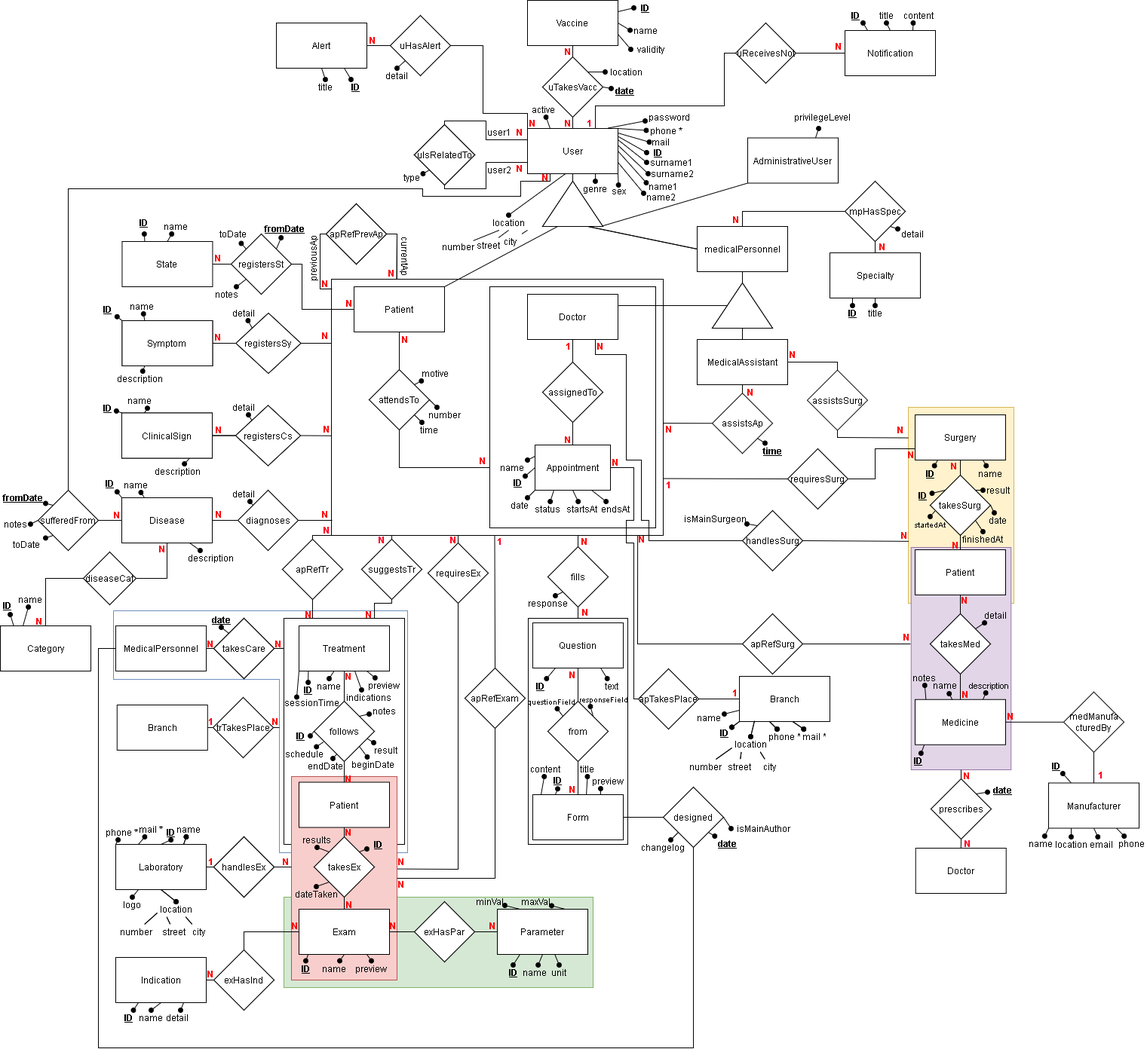
The draw.io diagram ProjectDocumentation/Design/DB/Meedikal DER.png in system32uwu/Meedikal, before a commit. Source tidied: cells renumbered, new cells last; positions are measured from the earlier drawing's top-left corner, leaving out a move shared by most shapes.
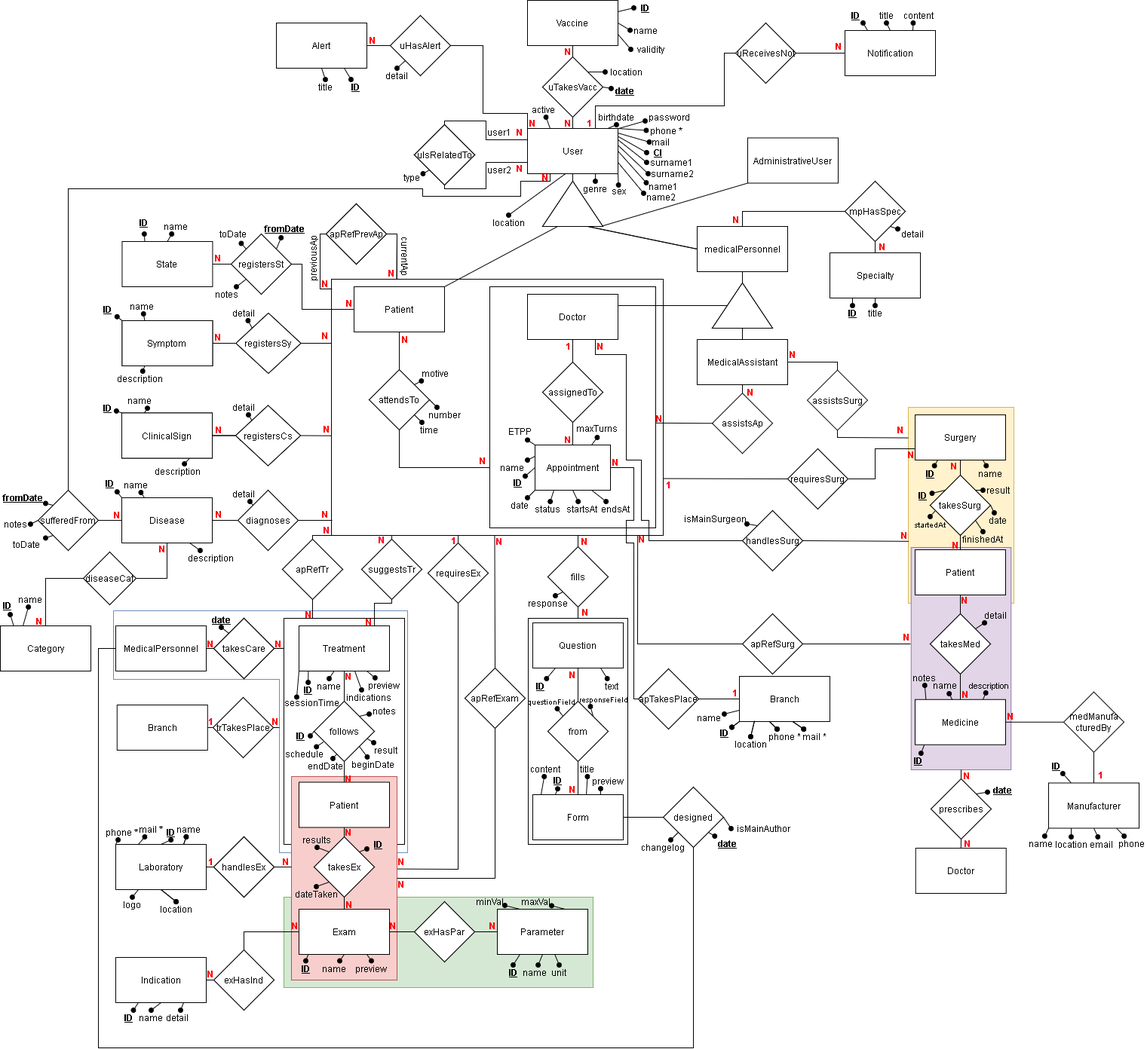
Later version of the same file.

Change to the diagram source:
```diff
@@ -131,20 +131,2 @@
     </mxCell>
-    <mxCell id="39" style="endArrow=none;html=1;exitX=0.75;exitY=1;exitDx=0;exitDy=0;" parent="1" edge="1" source="38" target="40">
-      <mxGeometry relative="1" as="geometry" />
-    </mxCell>
-    <mxCell id="40" value="city" style="text;html=1;strokeColor=none;fillColor=none;align=center;verticalAlign=middle;whiteSpace=wrap;rounded=0;" parent="1" vertex="1">
-      <mxGeometry x="1000" y="1007" width="40" height="20" as="geometry" />
-    </mxCell>
-    <mxCell id="41" style="endArrow=none;html=1;exitX=0.25;exitY=1;exitDx=0;exitDy=0;" parent="1" edge="1" source="38" target="42">
-      <mxGeometry relative="1" as="geometry" />
-    </mxCell>
-    <mxCell id="42" value="street" style="text;html=1;strokeColor=none;fillColor=none;align=center;verticalAlign=middle;whiteSpace=wrap;rounded=0;" parent="1" vertex="1">
-      <mxGeometry x="960" y="1007" width="40" height="20" as="geometry" />
-    </mxCell>
-    <mxCell id="43" style="endArrow=none;html=1;exitX=0;exitY=0.75;exitDx=0;exitDy=0;" parent="1" edge="1" source="38" target="44">
-      <mxGeometry relative="1" as="geometry" />
-    </mxCell>
-    <mxCell id="44" value="number" style="text;html=1;strokeColor=none;fillColor=none;align=center;verticalAlign=middle;whiteSpace=wrap;rounded=0;" parent="1" vertex="1">
-      <mxGeometry x="915" y="1007" width="40" height="20" as="geometry" />
-    </mxCell>
     <mxCell id="45" style="endArrow=oval;html=1;exitX=0.333;exitY=1;exitDx=0;exitDy=0;endFill=1;exitPerimeter=0;" parent="1" edge="1" source="31" target="46">
@@ -185,8 +167,2 @@
     </mxCell>
-    <mxCell id="56" style="endArrow=none;html=1;entryX=1;entryY=1;entryDx=0;entryDy=0;endFill=0;startArrow=oval;startFill=1;exitX=0.25;exitY=0;exitDx=0;exitDy=0;" parent="1" edge="1" source="57" target="49">
-      <mxGeometry relative="1" as="geometry" />
-    </mxCell>
-    <mxCell id="57" value="&lt;u&gt;&lt;b&gt;time&lt;/b&gt;&lt;/u&gt;" style="text;html=1;strokeColor=none;fillColor=none;align=center;verticalAlign=middle;whiteSpace=wrap;rounded=0;" parent="1" vertex="1">
-      <mxGeometry x="1004" y="587.5" width="40" height="20" as="geometry" />
-    </mxCell>
     <mxCell id="58" style="endArrow=none;html=1;entryX=0.409;entryY=0.015;entryDx=0;entryDy=0;endFill=0;startArrow=oval;startFill=1;exitX=0.5;exitY=1;exitDx=0;exitDy=0;entryPerimeter=0;" parent="1" edge="1" source="59" target="52">
@@ -245,5 +221,2 @@
     </mxCell>
-    <mxCell id="76" style="endArrow=none;html=1;entryX=0;entryY=0.5;entryDx=0;entryDy=0;exitX=0.999;exitY=0.562;exitDx=0;exitDy=0;exitPerimeter=0;" parent="1" edge="1" source="202" target="49">
-      <mxGeometry relative="1" as="geometry" />
-    </mxCell>
     <mxCell id="77" style="endArrow=none;html=1;exitX=0.5;exitY=1;exitDx=0;exitDy=0;" parent="1" edge="1" source="11">
@@ -432,20 +405,2 @@
     </mxCell>
-    <mxCell id="136" style="endArrow=none;html=1;exitX=0.75;exitY=1;exitDx=0;exitDy=0;" parent="1" edge="1" source="135" target="137">
-      <mxGeometry relative="1" as="geometry" />
-    </mxCell>
-    <mxCell id="137" value="city" style="text;html=1;strokeColor=none;fillColor=none;align=center;verticalAlign=middle;whiteSpace=wrap;rounded=0;" parent="1" vertex="1">
-      <mxGeometry x="243" y="1226" width="40" height="20" as="geometry" />
-    </mxCell>
-    <mxCell id="138" style="endArrow=none;html=1;exitX=0.25;exitY=1;exitDx=0;exitDy=0;" parent="1" edge="1" source="135" target="139">
-      <mxGeometry relative="1" as="geometry" />
-    </mxCell>
-    <mxCell id="139" value="street" style="text;html=1;strokeColor=none;fillColor=none;align=center;verticalAlign=middle;whiteSpace=wrap;rounded=0;" parent="1" vertex="1">
-      <mxGeometry x="210" y="1226" width="40" height="20" as="geometry" />
-    </mxCell>
-    <mxCell id="140" style="endArrow=none;html=1;exitX=0;exitY=0.75;exitDx=0;exitDy=0;" parent="1" edge="1" source="135" target="141">
-      <mxGeometry relative="1" as="geometry" />
-    </mxCell>
-    <mxCell id="141" value="number" style="text;html=1;strokeColor=none;fillColor=none;align=center;verticalAlign=middle;whiteSpace=wrap;rounded=0;" parent="1" vertex="1">
-      <mxGeometry x="160" y="1226" width="40" height="20" as="geometry" />
-    </mxCell>
     <mxCell id="142" style="endArrow=none;html=1;entryX=1;entryY=1;entryDx=0;entryDy=0;endFill=0;startArrow=oval;startFill=1;exitX=0.25;exitY=0;exitDx=0;exitDy=0;" parent="1" edge="1" source="143" target="19">
@@ -743,20 +698,2 @@
     </mxCell>
-    <mxCell id="229" style="endArrow=none;html=1;exitX=0.75;exitY=1;exitDx=0;exitDy=0;" parent="1" edge="1" source="228" target="230">
-      <mxGeometry relative="1" as="geometry" />
-    </mxCell>
-    <mxCell id="230" value="city" style="text;html=1;strokeColor=none;fillColor=none;align=center;verticalAlign=middle;whiteSpace=wrap;rounded=0;" parent="1" vertex="1">
-      <mxGeometry x="1000" y="1007" width="40" height="20" as="geometry" />
-    </mxCell>
-    <mxCell id="231" style="endArrow=none;html=1;exitX=0.25;exitY=1;exitDx=0;exitDy=0;" parent="1" edge="1" source="228" target="232">
-      <mxGeometry relative="1" as="geometry" />
-    </mxCell>
-    <mxCell id="232" value="street" style="text;html=1;strokeColor=none;fillColor=none;align=center;verticalAlign=middle;whiteSpace=wrap;rounded=0;" parent="1" vertex="1">
-      <mxGeometry x="960" y="1007" width="40" height="20" as="geometry" />
-    </mxCell>
-    <mxCell id="233" style="endArrow=none;html=1;exitX=0;exitY=0.75;exitDx=0;exitDy=0;" parent="1" edge="1" source="228" target="234">
-      <mxGeometry relative="1" as="geometry" />
-    </mxCell>
-    <mxCell id="234" value="number" style="text;html=1;strokeColor=none;fillColor=none;align=center;verticalAlign=middle;whiteSpace=wrap;rounded=0;" parent="1" vertex="1">
-      <mxGeometry x="915" y="1007" width="40" height="20" as="geometry" />
-    </mxCell>
     <mxCell id="235" style="endArrow=oval;html=1;exitX=0.333;exitY=1;exitDx=0;exitDy=0;endFill=1;exitPerimeter=0;" parent="1" edge="1" source="224" target="236">
@@ -828,3 +765,3 @@
     </mxCell>
-    <mxCell id="256" value="&lt;u&gt;&lt;b&gt;ID&lt;/b&gt;&lt;/u&gt;" style="text;html=1;strokeColor=none;fillColor=none;align=center;verticalAlign=middle;whiteSpace=wrap;rounded=0;" parent="1" vertex="1">
+    <mxCell id="256" value="&lt;u&gt;&lt;b&gt;CI&lt;/b&gt;&lt;/u&gt;" style="text;html=1;strokeColor=none;fillColor=none;align=center;verticalAlign=middle;whiteSpace=wrap;rounded=0;" parent="1" vertex="1">
       <mxGeometry x="857" y="197" width="30" height="10" as="geometry" />
@@ -1070,20 +1007,2 @@
     </mxCell>
-    <mxCell id="330" style="endArrow=none;html=1;exitX=0.75;exitY=1;exitDx=0;exitDy=0;" parent="1" edge="1" source="329" target="331">
-      <mxGeometry relative="1" as="geometry" />
-    </mxCell>
-    <mxCell id="331" value="city" style="text;html=1;strokeColor=none;fillColor=none;align=center;verticalAlign=middle;whiteSpace=wrap;rounded=0;" parent="1" vertex="1">
-      <mxGeometry x="243" y="1226" width="40" height="20" as="geometry" />
-    </mxCell>
-    <mxCell id="332" style="endArrow=none;html=1;exitX=0.25;exitY=1;exitDx=0;exitDy=0;" parent="1" edge="1" source="329" target="333">
-      <mxGeometry relative="1" as="geometry" />
-    </mxCell>
-    <mxCell id="333" value="street" style="text;html=1;strokeColor=none;fillColor=none;align=center;verticalAlign=middle;whiteSpace=wrap;rounded=0;" parent="1" vertex="1">
-      <mxGeometry x="210" y="1226" width="40" height="20" as="geometry" />
-    </mxCell>
-    <mxCell id="334" style="endArrow=none;html=1;exitX=0;exitY=0.75;exitDx=0;exitDy=0;" parent="1" edge="1" source="329" target="335">
-      <mxGeometry relative="1" as="geometry" />
-    </mxCell>
-    <mxCell id="335" value="number" style="text;html=1;strokeColor=none;fillColor=none;align=center;verticalAlign=middle;whiteSpace=wrap;rounded=0;" parent="1" vertex="1">
-      <mxGeometry x="160" y="1226" width="40" height="20" as="geometry" />
-    </mxCell>
     <mxCell id="336" style="endArrow=oval;html=1;exitX=0.427;exitY=0.99;exitDx=0;exitDy=0;endFill=1;entryX=0.5;entryY=0;entryDx=0;entryDy=0;exitPerimeter=0;" parent="1" edge="1" source="204" target="337">
@@ -1094,20 +1013,2 @@
     </mxCell>
-    <mxCell id="338" style="endArrow=none;html=1;exitX=1;exitY=1;exitDx=0;exitDy=0;" parent="1" edge="1" source="337" target="339">
-      <mxGeometry relative="1" as="geometry" />
-    </mxCell>
-    <mxCell id="339" value="city" style="text;html=1;strokeColor=none;fillColor=none;align=center;verticalAlign=middle;whiteSpace=wrap;rounded=0;" parent="1" vertex="1">
-      <mxGeometry x="656" y="310" width="40" height="20" as="geometry" />
-    </mxCell>
-    <mxCell id="340" style="endArrow=none;html=1;exitX=0.5;exitY=1;exitDx=0;exitDy=0;" parent="1" edge="1" source="337" target="341">
-      <mxGeometry relative="1" as="geometry" />
-    </mxCell>
-    <mxCell id="341" value="street" style="text;html=1;strokeColor=none;fillColor=none;align=center;verticalAlign=middle;whiteSpace=wrap;rounded=0;" parent="1" vertex="1">
-      <mxGeometry x="627" y="315" width="40" height="20" as="geometry" />
-    </mxCell>
-    <mxCell id="342" style="endArrow=none;html=1;exitX=0.25;exitY=1;exitDx=0;exitDy=0;" parent="1" edge="1" source="337" target="343">
-      <mxGeometry relative="1" as="geometry" />
-    </mxCell>
-    <mxCell id="343" value="number" style="text;html=1;strokeColor=none;fillColor=none;align=center;verticalAlign=middle;whiteSpace=wrap;rounded=0;" parent="1" vertex="1">
-      <mxGeometry x="587" y="317" width="40" height="20" as="geometry" />
-    </mxCell>
     <mxCell id="344" style="endArrow=none;html=1;entryX=1;entryY=1;entryDx=0;entryDy=0;endFill=0;startArrow=oval;startFill=1;exitX=0.25;exitY=0;exitDx=0;exitDy=0;" parent="1" edge="1" source="345" target="211">
@@ -1532,3 +1433,3 @@
     <mxCell id="462" value="&lt;font color=&quot;#FF0303&quot;&gt;&lt;b&gt;N&lt;/b&gt;&lt;/font&gt;" style="text;html=1;strokeColor=none;fillColor=none;align=center;verticalAlign=middle;whiteSpace=wrap;rounded=0;" parent="1" vertex="1">
-      <mxGeometry x="867" y="559" width="40" height="20" as="geometry" />
+      <mxGeometry x="854" y="545.2" width="40" height="20" as="geometry" />
     </mxCell>
@@ -1588,6 +1489,6 @@
     </mxCell>
-    <mxCell id="481" value="&lt;font color=&quot;#FF0022&quot;&gt;&lt;b&gt;N&lt;/b&gt;&lt;/font&gt;" style="text;html=1;strokeColor=none;fillColor=none;align=center;verticalAlign=middle;whiteSpace=wrap;rounded=0;" parent="1" vertex="1">
-      <mxGeometry x="581" y="706" width="40" height="20" as="geometry" />
+    <mxCell id="481" value="&lt;font color=&quot;#FF0022&quot;&gt;&lt;b&gt;1&lt;/b&gt;&lt;/font&gt;" style="text;html=1;strokeColor=none;fillColor=none;align=center;verticalAlign=middle;whiteSpace=wrap;rounded=0;" parent="1" vertex="1">
+      <mxGeometry x="581" y="707" width="40" height="20" as="geometry" />
     </mxCell>
-    <mxCell id="482" value="&lt;font color=&quot;#FF0022&quot;&gt;&lt;b&gt;1&lt;/b&gt;&lt;/font&gt;" style="text;html=1;strokeColor=none;fillColor=none;align=center;verticalAlign=middle;whiteSpace=wrap;rounded=0;" parent="1" vertex="1">
+    <mxCell id="482" value="&lt;font color=&quot;#FF0022&quot;&gt;&lt;b&gt;N&lt;/b&gt;&lt;/font&gt;" style="text;html=1;strokeColor=none;fillColor=none;align=center;verticalAlign=middle;whiteSpace=wrap;rounded=0;" parent="1" vertex="1">
       <mxGeometry x="642" y="708" width="40" height="20" as="geometry" />
@@ -1625,3 +1526,3 @@
     <mxCell id="493" value="&lt;font color=&quot;#FF0303&quot;&gt;&lt;b&gt;N&lt;/b&gt;&lt;/font&gt;" style="text;html=1;strokeColor=none;fillColor=none;align=center;verticalAlign=middle;whiteSpace=wrap;rounded=0;" parent="1" vertex="1">
-      <mxGeometry x="469" y="805" width="40" height="20" as="geometry" />
+      <mxGeometry x="469" y="815" width="40" height="20" as="geometry" />
     </mxCell>
@@ -2047,8 +1948,2 @@
     </mxCell>
-    <mxCell id="618" style="endArrow=oval;html=1;exitX=0.75;exitY=0;exitDx=0;exitDy=0;endFill=1;" parent="1" edge="1" source="616" target="619">
-      <mxGeometry relative="1" as="geometry" />
-    </mxCell>
-    <mxCell id="619" value="privilegeLevel" style="text;html=1;strokeColor=none;fillColor=none;align=center;verticalAlign=middle;whiteSpace=wrap;rounded=0;" parent="1" vertex="1">
-      <mxGeometry x="1070" y="140" width="40" height="30" as="geometry" />
-    </mxCell>
     <mxCell id="620" value="&lt;div&gt;Alert&lt;/div&gt;" style="rounded=0;whiteSpace=wrap;html=1;" parent="1" vertex="1">
@@ -2096,4 +1991,6 @@
     </mxCell>
-    <mxCell id="632" style="endArrow=oval;html=1;endFill=1;exitX=0.887;exitY=-0.007;exitDx=0;exitDy=0;exitPerimeter=0;entryX=0;entryY=0.75;entryDx=0;entryDy=0;" parent="1" edge="1" source="204" target="633">
-      <mxGeometry relative="1" as="geometry" />
+    <mxCell id="632" style="endArrow=oval;html=1;endFill=1;entryX=0;entryY=0.75;entryDx=0;entryDy=0;" parent="1" edge="1" target="633">
+      <mxGeometry relative="1" as="geometry">
+        <mxPoint x="820" y="170" as="sourcePoint" />
+      </mxGeometry>
     </mxCell>
@@ -2243,3 +2140,3 @@
     </mxCell>
-    <mxCell id="677" style="endArrow=none;html=1;entryX=0.5;entryY=1;entryDx=0;entryDy=0;exitX=0.75;exitY=0;exitDx=0;exitDy=0;rounded=0;" parent="1" edge="1" source="199" target="265">
+    <mxCell id="677" style="endArrow=none;html=1;entryX=0.5;entryY=1;entryDx=0;entryDy=0;exitX=0.833;exitY=0;exitDx=0;exitDy=0;rounded=0;exitPerimeter=0;" parent="1" edge="1" source="267" target="265">
       <mxGeometry relative="1" as="geometry">
@@ -2251,2 +2148,26 @@
     </mxCell>
+    <mxCell id="678" value="birthdate" style="text;html=1;strokeColor=none;fillColor=none;align=center;verticalAlign=middle;whiteSpace=wrap;rounded=0;" parent="1" vertex="1">
+      <mxGeometry x="791" y="145" width="52" height="20" as="geometry" />
+    </mxCell>
+    <mxCell id="679" style="endArrow=oval;html=1;endFill=1;exitX=0.89;exitY=-0.002;exitDx=0;exitDy=0;exitPerimeter=0;entryX=0.5;entryY=1;entryDx=0;entryDy=0;" parent="1" edge="1" source="204" target="678">
+      <mxGeometry relative="1" as="geometry" />
+    </mxCell>
+    <mxCell id="680" style="endArrow=oval;html=1;exitX=0;exitY=0;exitDx=0;exitDy=0;startArrow=none;startFill=0;endFill=1;entryX=0.75;entryY=1;entryDx=0;entryDy=0;" parent="1" edge="1" source="209" target="681">
+      <mxGeometry relative="1" as="geometry" />
+    </mxCell>
+    <mxCell id="681" value="ETPP" style="text;html=1;strokeColor=none;fillColor=none;align=center;verticalAlign=middle;whiteSpace=wrap;rounded=0;" parent="1" vertex="1">
+      <mxGeometry x="669" y="560" width="40" height="23.4" as="geometry" />
+    </mxCell>
+    <mxCell id="682" style="endArrow=oval;html=1;exitX=0.75;exitY=0;exitDx=0;exitDy=0;startArrow=none;startFill=0;endFill=1;entryX=0.5;entryY=1;entryDx=0;entryDy=0;" parent="1" edge="1" source="209" target="683">
+      <mxGeometry relative="1" as="geometry" />
+    </mxCell>
+    <mxCell id="683" value="maxTurns" style="text;html=1;strokeColor=none;fillColor=none;align=center;verticalAlign=middle;whiteSpace=wrap;rounded=0;" parent="1" vertex="1">
+      <mxGeometry x="773" y="555" width="37" height="25" as="geometry" />
+    </mxCell>
+    <mxCell id="76" style="endArrow=none;html=1;entryX=0;entryY=0.5;entryDx=0;entryDy=0;exitX=0.993;exitY=0.565;exitDx=0;exitDy=0;exitPerimeter=0;" parent="1" edge="1">
+      <mxGeometry relative="1" as="geometry">
+        <mxPoint x="868.5" y="560.8" as="sourcePoint" />
+        <mxPoint x="945" y="561.2" as="targetPoint" />
+      </mxGeometry>
+    </mxCell>
   </root>
```
